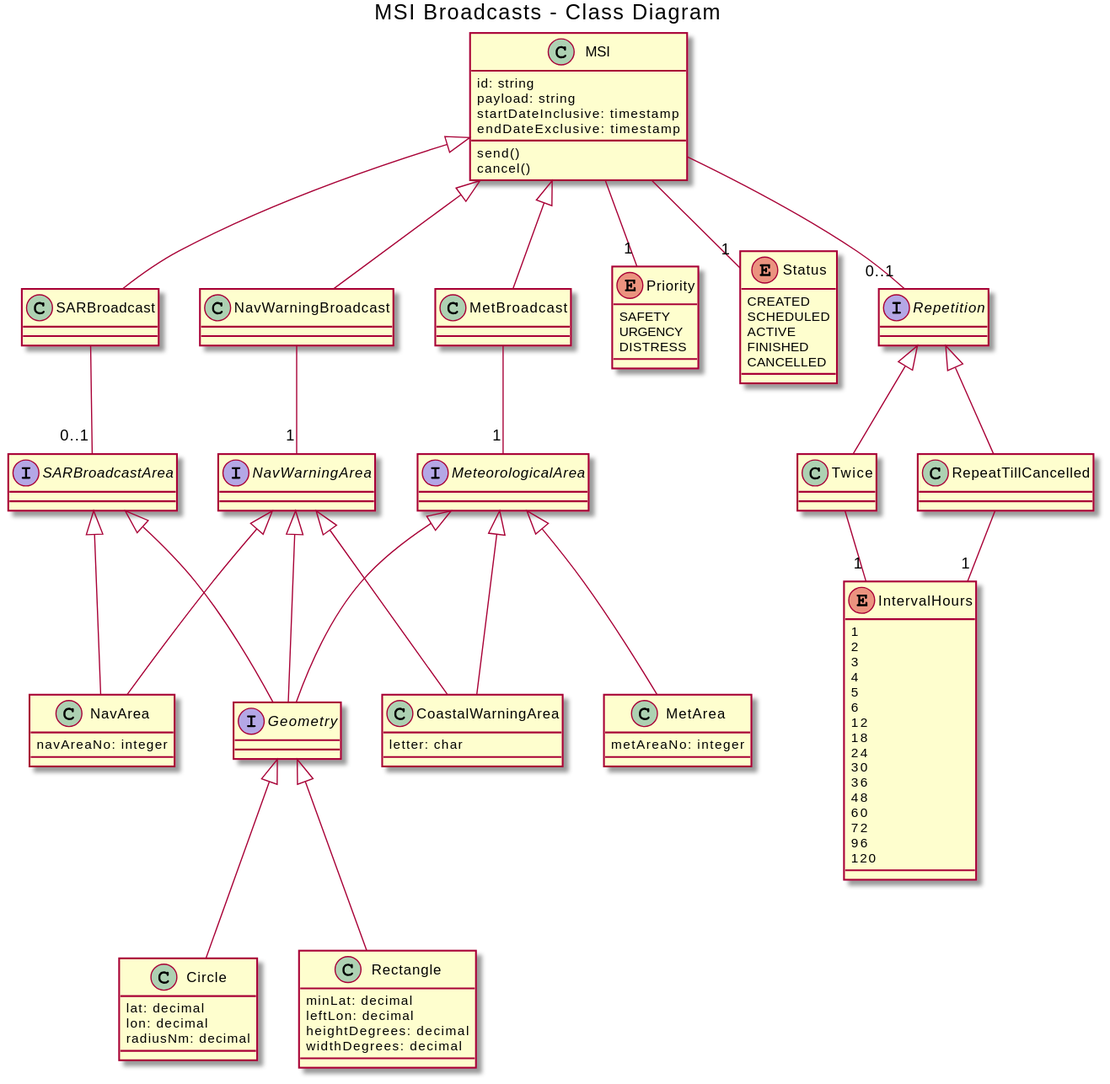
amsa-code/egc-api keeps this PlantUML diagram as c-code-class-diagram.svg. Above is the earlier version.
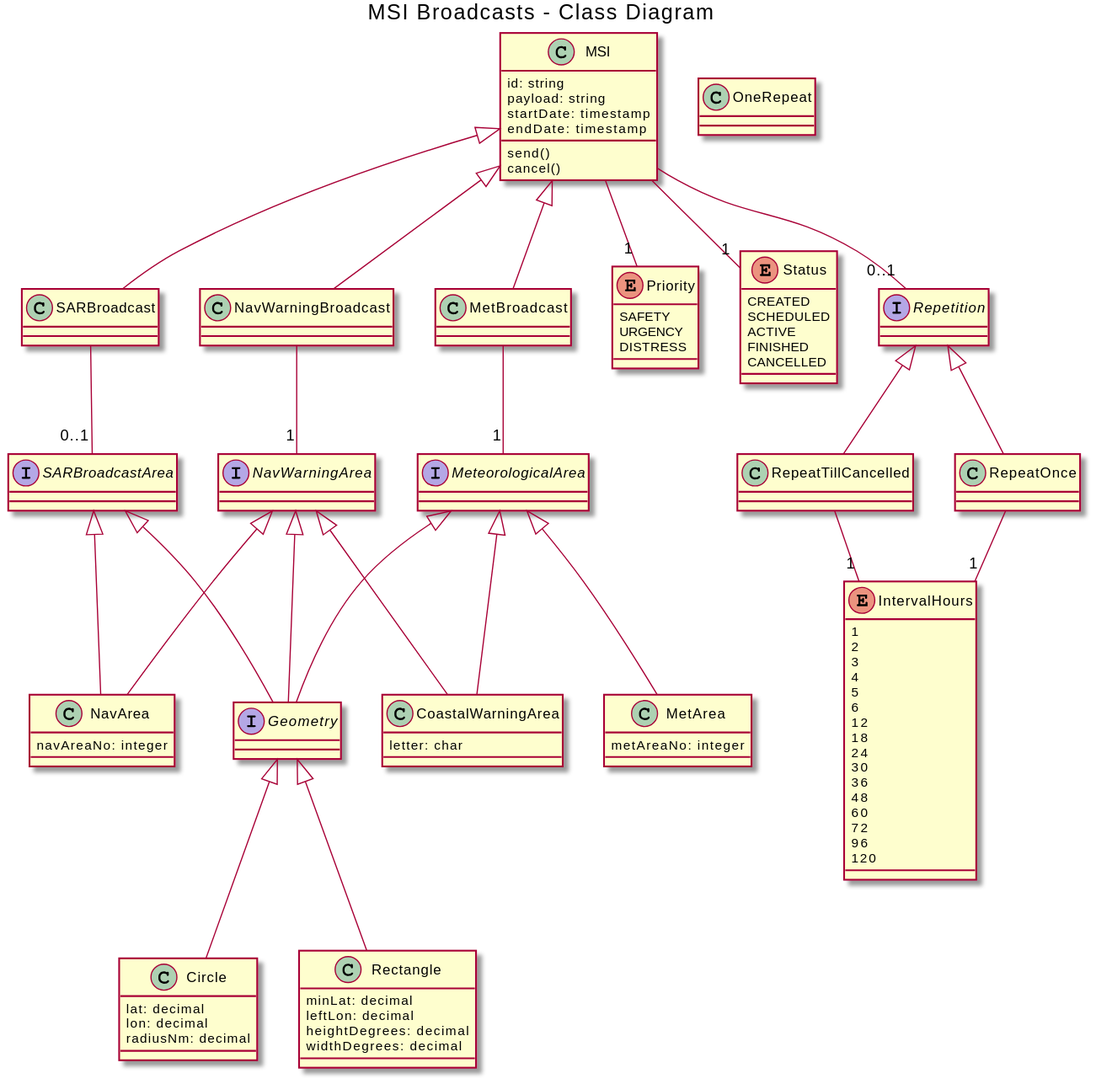
After the commit.

What changed in the source:
```diff
@@ -4,8 +4,8 @@
 class MSI {
   id: string
   payload: string
-  startDateInclusive: timestamp
-  endDateExclusive: timestamp
+  startDate: timestamp
+  endDate: timestamp
   send()
   cancel()
 }
@@ -45,13 +45,13 @@
 }
 
 interface Repetition
-class Twice
+class OneRepeat
 class RepeatTillCancelled
 
 MSI -- "0..1" Repetition
-Repetition <|-- Twice
+Repetition <|-- RepeatOnce
 Repetition <|-- RepeatTillCancelled
-Twice -- "1" IntervalHours
+RepeatOnce -- "1" IntervalHours
 RepeatTillCancelled  -- "1" IntervalHours
 
 class MetArea {
```
